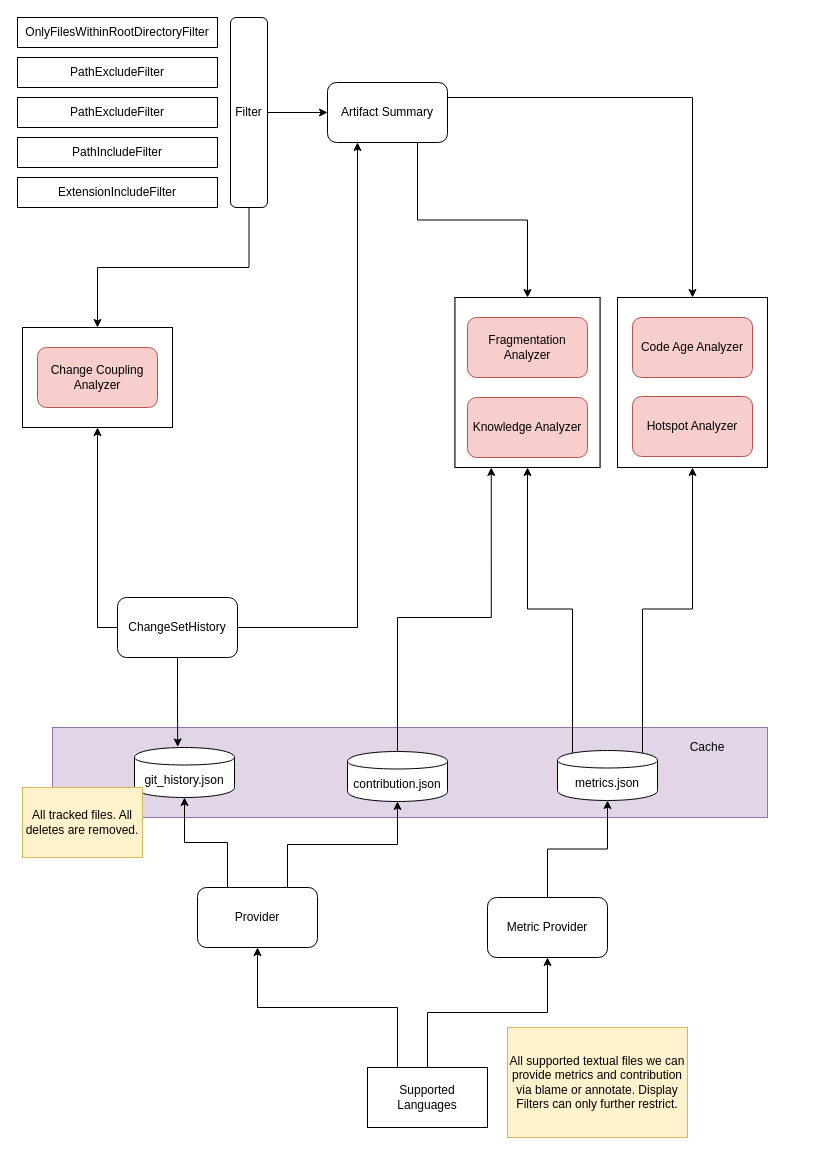
Before: Documents/Insight.drawio in ATrefzer/Insight, a draw.io diagram. Source tidied: cells renumbered, new cells numbered last; positions are measured from the earlier drawing's top-left corner, leaving out a move shared by most shapes. Both pictures are drawn from the tidied source at 100%, with x=0, y=0 at pixel (17, 17).
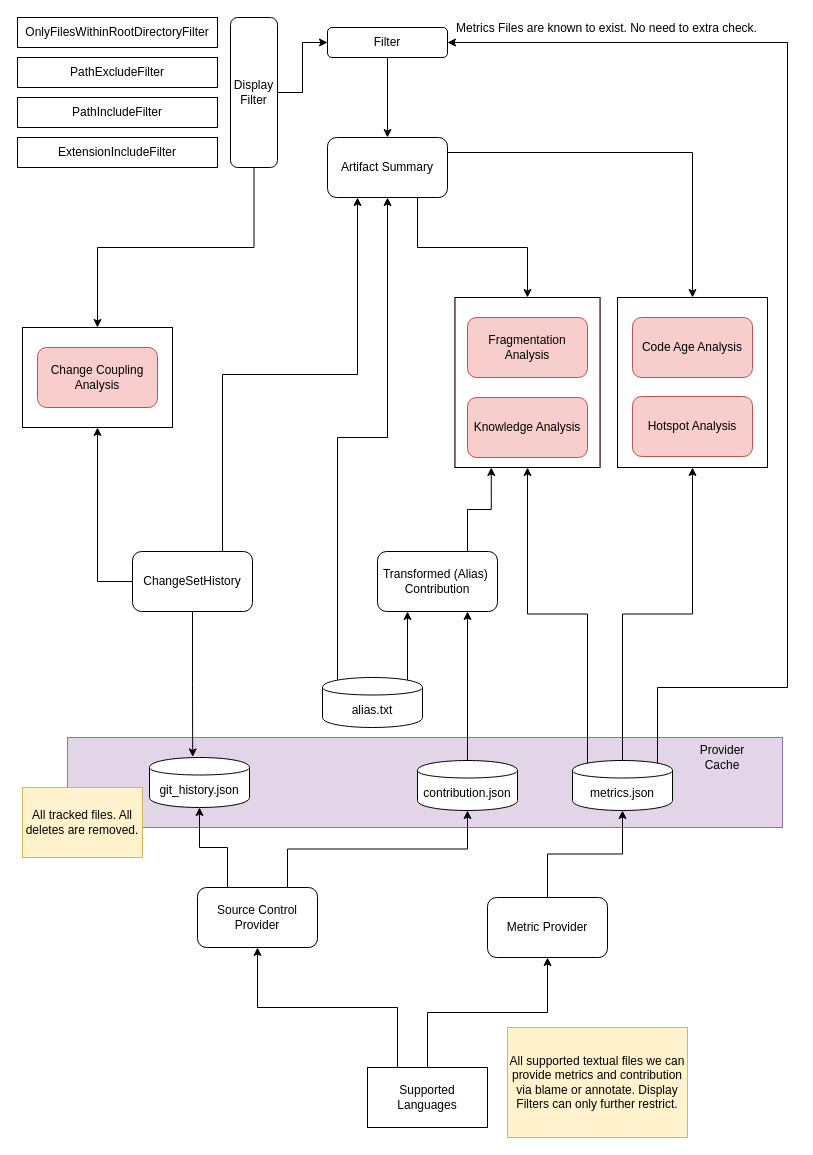
The same diagram, later.

Unchanged cells that the change refers to:
```xml
<mxCell id="4" value="metrics.json" style="shape=cylinder;whiteSpace=wrap;html=1;boundedLbl=1;backgroundOutline=1;" parent="2" vertex="1">
  <mxGeometry x="505" y="23" width="100" height="50" as="geometry" />
</mxCell>
<mxCell id="37" style="group;fillColor=#f8cecc;strokeColor=#b85450;" parent="1" vertex="1">
  <mxGeometry x="600" y="280" width="150" height="170" as="geometry" />
</mxCell>
<mxCell id="38" style="rounded=0;whiteSpace=wrap;html=1;" parent="37" vertex="1">
  <mxGeometry width="150" height="170" as="geometry" />
</mxCell>
<mxCell id="41" style="group;fillColor=#f8cecc;strokeColor=#b85450;" parent="1" vertex="1">
  <mxGeometry x="437.5" y="280" width="145" height="170" as="geometry" />
</mxCell>
<mxCell id="42" style="rounded=0;whiteSpace=wrap;html=1;" parent="41" vertex="1">
  <mxGeometry width="145" height="170" as="geometry" />
</mxCell>
<mxCell id="45" style="group;" parent="1" vertex="1">
  <mxGeometry x="5" y="310" width="150" height="100" as="geometry" />
</mxCell>
```

The edit, as a diff of the source:
```diff
@@
     <mxCell id="2" style="group;" parent="1" vertex="1">
-      <mxGeometry x="35" y="710" width="715" height="90" as="geometry" />
+      <mxGeometry x="50" y="720" width="715" height="90" as="geometry" />
     </mxCell>
@@
     <mxCell id="6" value="contribution.json" style="shape=cylinder;whiteSpace=wrap;html=1;boundedLbl=1;backgroundOutline=1;" parent="2" vertex="1">
-      <mxGeometry x="295" y="24" width="100" height="50" as="geometry" />
+      <mxGeometry x="350" y="23" width="100" height="50" as="geometry" />
     </mxCell>
-    <mxCell id="7" value="Cache" style="text;html=1;strokeColor=none;fillColor=none;align=center;verticalAlign=middle;whiteSpace=wrap;rounded=0;" parent="2" vertex="1">
+    <mxCell id="7" value="Provider Cache" style="text;html=1;strokeColor=none;fillColor=none;align=center;verticalAlign=middle;whiteSpace=wrap;rounded=0;" parent="2" vertex="1">
       <mxGeometry x="635" y="10" width="40" height="20" as="geometry" />
     </mxCell>
@@
     <mxCell id="10" value="ChangeSetHistory" style="rounded=1;whiteSpace=wrap;html=1;" parent="1" vertex="1">
-      <mxGeometry x="100" y="580" width="120" height="60" as="geometry" />
+      <mxGeometry x="115" y="534" width="120" height="60" as="geometry" />
     </mxCell>
-    <mxCell id="11" style="edgeStyle=orthogonalEdgeStyle;rounded=0;jettySize=auto;html=1;exitX=1;exitY=0.5;exitDx=0;exitDy=0;entryX=0;entryY=0.5;entryDx=0;entryDy=0;" parent="1" edge="1" source="12" target="14">
+    <mxCell id="11" style="edgeStyle=orthogonalEdgeStyle;rounded=0;jettySize=auto;html=1;exitX=1;exitY=0.5;exitDx=0;exitDy=0;entryX=0;entryY=0.5;entryDx=0;entryDy=0;" parent="1" edge="1" source="12" target="54">
       <mxGeometry relative="1" as="geometry" />
     </mxCell>
-    <mxCell id="12" value="Filter" style="rounded=1;whiteSpace=wrap;html=1;" parent="1" vertex="1">
-      <mxGeometry x="213" width="37" height="190" as="geometry" />
+    <mxCell id="12" value="Display&lt;br&gt;Filter" style="rounded=1;whiteSpace=wrap;html=1;" parent="1" vertex="1">
+      <mxGeometry x="213" width="47" height="150" as="geometry" />
     </mxCell>
-    <mxCell id="13" style="edgeStyle=orthogonalEdgeStyle;rounded=0;jettySize=auto;html=1;entryX=0.25;entryY=1;entryDx=0;entryDy=0;" parent="1" edge="1" source="10" target="14">
+    <mxCell id="13" style="edgeStyle=orthogonalEdgeStyle;rounded=0;jettySize=auto;html=1;entryX=0.25;entryY=1;entryDx=0;entryDy=0;exitX=0.75;exitY=0;exitDx=0;exitDy=0;" parent="1" edge="1" source="10" target="14">
       <mxGeometry relative="1" as="geometry" />
     </mxCell>
     <mxCell id="14" value="Artifact Summary" style="rounded=1;whiteSpace=wrap;html=1;" parent="1" vertex="1">
-      <mxGeometry x="310" y="65" width="120" height="60" as="geometry" />
+      <mxGeometry x="310" y="120" width="120" height="60" as="geometry" />
     </mxCell>
@@
     <mxCell id="17" value="ExtensionIncludeFilter" style="rounded=0;whiteSpace=wrap;html=1;" parent="1" vertex="1">
-      <mxGeometry y="160" width="200" height="30" as="geometry" />
+      <mxGeometry y="120" width="200" height="30" as="geometry" />
     </mxCell>
@@
-    <mxCell id="19" value="PathExcludeFilter" style="rounded=0;whiteSpace=wrap;html=1;" parent="1" vertex="1">
-      <mxGeometry y="80" width="200" height="30" as="geometry" />
-    </mxCell>
     <mxCell id="20" value="&lt;span style=&quot;text-align: left ; white-space: nowrap&quot;&gt;PathIncludeFilter&lt;/span&gt;" style="rounded=0;whiteSpace=wrap;html=1;" parent="1" vertex="1">
-      <mxGeometry y="120" width="200" height="30" as="geometry" />
+      <mxGeometry y="80" width="200" height="30" as="geometry" />
     </mxCell>
@@
-    <mxCell id="29" style="edgeStyle=orthogonalEdgeStyle;rounded=0;jettySize=auto;html=1;exitX=0.85;exitY=0.05;exitDx=0;exitDy=0;entryX=0.5;entryY=1;entryDx=0;entryDy=0;exitPerimeter=0;" parent="1" edge="1" source="4" target="38">
+    <mxCell id="29" style="edgeStyle=orthogonalEdgeStyle;rounded=0;jettySize=auto;html=1;exitX=0.5;exitY=0;exitDx=0;exitDy=0;entryX=0.5;entryY=1;entryDx=0;entryDy=0;" parent="1" edge="1" source="4" target="38">
       <mxGeometry relative="1" as="geometry" />
     </mxCell>
@@
-    <mxCell id="32" style="edgeStyle=orthogonalEdgeStyle;rounded=0;jettySize=auto;html=1;exitX=0.5;exitY=0;exitDx=0;exitDy=0;entryX=0.25;entryY=1;entryDx=0;entryDy=0;" parent="1" edge="1" source="6" target="42">
-      <mxGeometry relative="1" as="geometry">
-        <Array as="points">
-          <mxPoint x="380" y="600" />
-          <mxPoint x="474" y="600" />
-        </Array>
-      </mxGeometry>
+    <mxCell id="32" style="edgeStyle=orthogonalEdgeStyle;rounded=0;jettySize=auto;html=1;exitX=0.5;exitY=0;exitDx=0;exitDy=0;entryX=0.75;entryY=1;entryDx=0;entryDy=0;" parent="1" edge="1" source="6" target="52">
+      <mxGeometry relative="1" as="geometry" />
     </mxCell>
@@
-    <mxCell id="35" value="Provider" style="rounded=1;whiteSpace=wrap;html=1;" parent="1" vertex="1">
+    <mxCell id="35" value="Source Control Provider" style="rounded=1;whiteSpace=wrap;html=1;" parent="1" vertex="1">
       <mxGeometry x="180" y="870" width="120" height="60" as="geometry" />
     </mxCell>
@@
-    <mxCell id="39" value="Code Age Analyzer" style="rounded=1;whiteSpace=wrap;html=1;fillColor=#f8cecc;strokeColor=#b85450;" parent="37" vertex="1">
+    <mxCell id="39" value="Code Age Analysis" style="rounded=1;whiteSpace=wrap;html=1;fillColor=#f8cecc;strokeColor=#b85450;" parent="37" vertex="1">
       <mxGeometry x="15" y="20" width="120" height="60" as="geometry" />
     </mxCell>
-    <mxCell id="40" value="Hotspot Analyzer" style="rounded=1;whiteSpace=wrap;html=1;fillColor=#f8cecc;strokeColor=#b85450;" parent="37" vertex="1">
+    <mxCell id="40" value="Hotspot Analysis" style="rounded=1;whiteSpace=wrap;html=1;fillColor=#f8cecc;strokeColor=#b85450;" parent="37" vertex="1">
       <mxGeometry x="15" y="99" width="120" height="60" as="geometry" />
     </mxCell>
@@
-    <mxCell id="43" value="Fragmentation Analyzer" style="rounded=1;whiteSpace=wrap;html=1;fillColor=#f8cecc;strokeColor=#b85450;" parent="41" vertex="1">
+    <mxCell id="43" value="Fragmentation Analysis" style="rounded=1;whiteSpace=wrap;html=1;fillColor=#f8cecc;strokeColor=#b85450;" parent="41" vertex="1">
       <mxGeometry x="12.5" y="20" width="120" height="60" as="geometry" />
     </mxCell>
-    <mxCell id="44" value="Knowledge Analyzer" style="rounded=1;whiteSpace=wrap;html=1;fillColor=#f8cecc;strokeColor=#b85450;" parent="41" vertex="1">
+    <mxCell id="44" value="Knowledge Analysis" style="rounded=1;whiteSpace=wrap;html=1;fillColor=#f8cecc;strokeColor=#b85450;" parent="41" vertex="1">
       <mxGeometry x="12.5" y="100" width="120" height="60" as="geometry" />
     </mxCell>
@@
-    <mxCell id="47" value="Change Coupling Analyzer" style="rounded=1;whiteSpace=wrap;html=1;fillColor=#f8cecc;strokeColor=#b85450;" parent="45" vertex="1">
+    <mxCell id="47" value="Change Coupling Analysis" style="rounded=1;whiteSpace=wrap;html=1;fillColor=#f8cecc;strokeColor=#b85450;" parent="45" vertex="1">
       <mxGeometry x="15" y="20" width="120" height="60" as="geometry" />
     </mxCell>
+    <mxCell id="48" style="edgeStyle=orthogonalEdgeStyle;rounded=0;jettySize=auto;html=1;exitX=0.15;exitY=0.05;exitDx=0;exitDy=0;exitPerimeter=0;entryX=0.5;entryY=1;entryDx=0;entryDy=0;" parent="1" edge="1" source="50" target="14">
+      <mxGeometry relative="1" as="geometry" />
+    </mxCell>
+    <mxCell id="49" style="edgeStyle=orthogonalEdgeStyle;rounded=0;jettySize=auto;html=1;exitX=0.85;exitY=0.05;exitDx=0;exitDy=0;exitPerimeter=0;entryX=0.25;entryY=1;entryDx=0;entryDy=0;" parent="1" edge="1" source="50" target="52">
+      <mxGeometry relative="1" as="geometry" />
+    </mxCell>
+    <mxCell id="50" value="alias.txt" style="shape=cylinder;whiteSpace=wrap;html=1;boundedLbl=1;backgroundOutline=1;" parent="1" vertex="1">
+      <mxGeometry x="305" y="660" width="100" height="50" as="geometry" />
+    </mxCell>
+    <mxCell id="51" style="edgeStyle=orthogonalEdgeStyle;rounded=0;jettySize=auto;html=1;exitX=0.75;exitY=0;exitDx=0;exitDy=0;entryX=0.25;entryY=1;entryDx=0;entryDy=0;" parent="1" edge="1" source="52" target="42">
+      <mxGeometry relative="1" as="geometry" />
+    </mxCell>
+    <mxCell id="52" value="Transformed (Alias)&amp;nbsp;&lt;br&gt;Contribution" style="rounded=1;whiteSpace=wrap;html=1;" parent="1" vertex="1">
+      <mxGeometry x="360" y="534" width="120" height="60" as="geometry" />
+    </mxCell>
+    <mxCell id="53" style="edgeStyle=orthogonalEdgeStyle;rounded=0;jettySize=auto;html=1;exitX=0.5;exitY=1;exitDx=0;exitDy=0;entryX=0.5;entryY=0;entryDx=0;entryDy=0;" parent="1" edge="1" source="54" target="14">
+      <mxGeometry relative="1" as="geometry" />
+    </mxCell>
+    <mxCell id="54" value="Filter" style="rounded=1;whiteSpace=wrap;html=1;" parent="1" vertex="1">
+      <mxGeometry x="310" y="10" width="120" height="30" as="geometry" />
+    </mxCell>
+    <mxCell id="55" style="edgeStyle=orthogonalEdgeStyle;rounded=0;jettySize=auto;html=1;exitX=0.85;exitY=0.05;exitDx=0;exitDy=0;exitPerimeter=0;entryX=1;entryY=0.5;entryDx=0;entryDy=0;" parent="1" edge="1" source="4" target="54">
+      <mxGeometry relative="1" as="geometry">
+        <Array as="points">
+          <mxPoint x="640" y="670" />
+          <mxPoint x="770" y="670" />
+          <mxPoint x="770" y="25" />
+        </Array>
+      </mxGeometry>
+    </mxCell>
+    <mxCell id="56" value="Metrics Files are known to exist. No need to extra check." style="text;html=1;align=center;verticalAlign=middle;labelBackgroundColor=#ffffff;" parent="55" vertex="1">
+      <mxGeometry x="0.87" y="1" relative="1" as="geometry">
+        <mxPoint x="80.5" y="-16" as="offset" />
+      </mxGeometry>
+    </mxCell>
```
